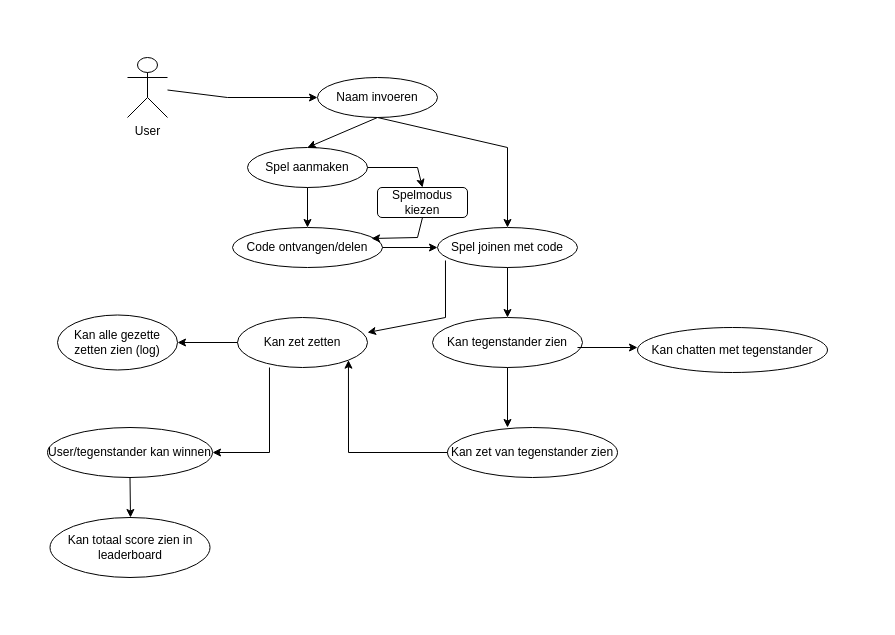
Earlier version of the draw.io diagram use-case-diagram.drawio (martvdm/dammen-landstede). Source tidied: cells renumbered, new cells numbered last; positions are measured from the earlier drawing's top-left corner, leaving out a move shared by most shapes. Both pictures are drawn from the tidied source at 100%, with x=0, y=0 at pixel (47, 57).
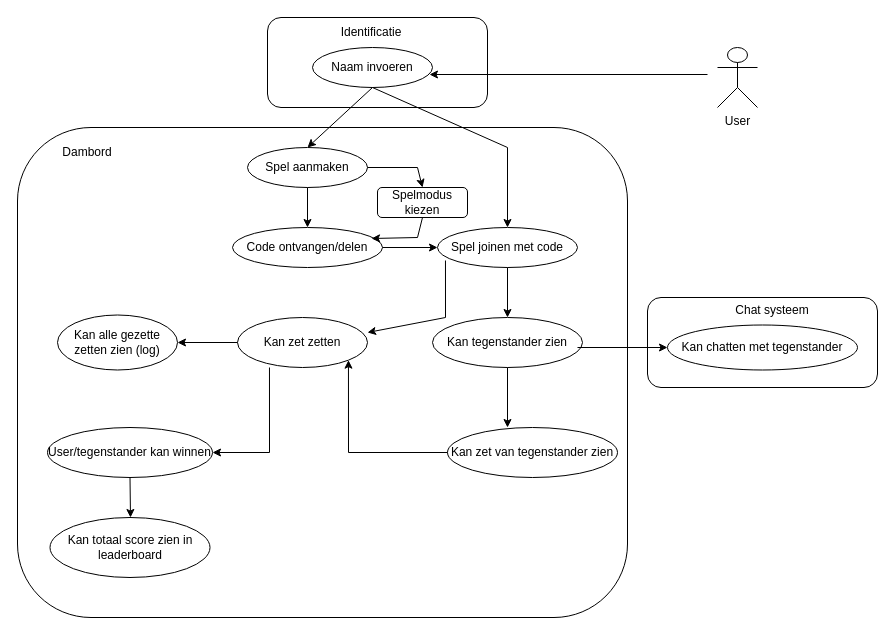
Above is the later version.

The edit, as a diff of the source:
```diff
@@
+    <mxCell id="30" style="rounded=1;whiteSpace=wrap;html=1;" parent="1" vertex="1">
+      <mxGeometry x="600" y="240" width="230" height="90" as="geometry" />
+    </mxCell>
+    <mxCell id="31" style="rounded=1;whiteSpace=wrap;html=1;" parent="1" vertex="1">
+      <mxGeometry x="220" y="-40" width="220" height="90" as="geometry" />
+    </mxCell>
+    <mxCell id="32" style="rounded=1;whiteSpace=wrap;html=1;" parent="1" vertex="1">
+      <mxGeometry x="-30" y="70" width="610" height="490" as="geometry" />
+    </mxCell>
     <mxCell id="2" value="User" style="shape=umlActor;verticalLabelPosition=bottom;verticalAlign=top;html=1;outlineConnect=0;" parent="1" vertex="1">
-      <mxGeometry x="80" width="40" height="60" as="geometry" />
+      <mxGeometry x="670" y="-10" width="40" height="60" as="geometry" />
     </mxCell>
     <mxCell id="3" value="Naam invoeren" style="ellipse;whiteSpace=wrap;html=1;" parent="1" vertex="1">
-      <mxGeometry x="270" y="20" width="120" height="40" as="geometry" />
+      <mxGeometry x="265" y="-10" width="120" height="40" as="geometry" />
     </mxCell>
@@
-    <mxCell id="7" style="endArrow=classic;html=1;rounded=0;entryX=0;entryY=0.5;entryDx=0;entryDy=0;" parent="1" edge="1" source="2" target="3">
-      <mxGeometry relative="1" as="geometry">
-        <Array as="points">
-          <mxPoint x="180" y="40" />
-        </Array>
-      </mxGeometry>
-    </mxCell>
@@
-    <mxCell id="20" style="endArrow=classic;html=1;rounded=0;" parent="1" edge="1">
+    <mxCell id="20" style="endArrow=classic;html=1;rounded=0;entryX=0;entryY=0.5;entryDx=0;entryDy=0;" parent="1" edge="1" target="21">
       <mxGeometry relative="1" as="geometry">
         <mxPoint x="530" y="290" as="sourcePoint" />
-        <mxPoint x="590" y="290" as="targetPoint" />
       </mxGeometry>
     </mxCell>
     <mxCell id="21" value="Kan chatten met tegenstander" style="ellipse;whiteSpace=wrap;html=1;" parent="1" vertex="1">
-      <mxGeometry x="590" y="270" width="190" height="45" as="geometry" />
+      <mxGeometry x="620" y="267.5" width="190" height="45" as="geometry" />
     </mxCell>
@@
+    <mxCell id="33" style="endArrow=classic;html=1;rounded=0;entryX=0.975;entryY=0.675;entryDx=0;entryDy=0;entryPerimeter=0;" parent="1" edge="1" target="3">
+      <mxGeometry relative="1" as="geometry">
+        <mxPoint x="660" y="17" as="sourcePoint" />
+      </mxGeometry>
+    </mxCell>
+    <mxCell id="34" value="Dambord" style="text;html=1;strokeColor=none;fillColor=none;align=center;verticalAlign=middle;whiteSpace=wrap;rounded=0;" parent="1" vertex="1">
+      <mxGeometry x="10" y="80" width="60" height="30" as="geometry" />
+    </mxCell>
+    <mxCell id="35" value="Identificatie" style="text;html=1;strokeColor=none;fillColor=none;align=center;verticalAlign=middle;whiteSpace=wrap;rounded=0;" parent="1" vertex="1">
+      <mxGeometry x="294" y="-40" width="60" height="30" as="geometry" />
+    </mxCell>
+    <mxCell id="36" value="Chat systeem" style="text;html=1;strokeColor=none;fillColor=none;align=center;verticalAlign=middle;whiteSpace=wrap;rounded=0;" parent="1" vertex="1">
+      <mxGeometry x="680" y="237.5" width="90" height="30" as="geometry" />
+    </mxCell>
```
